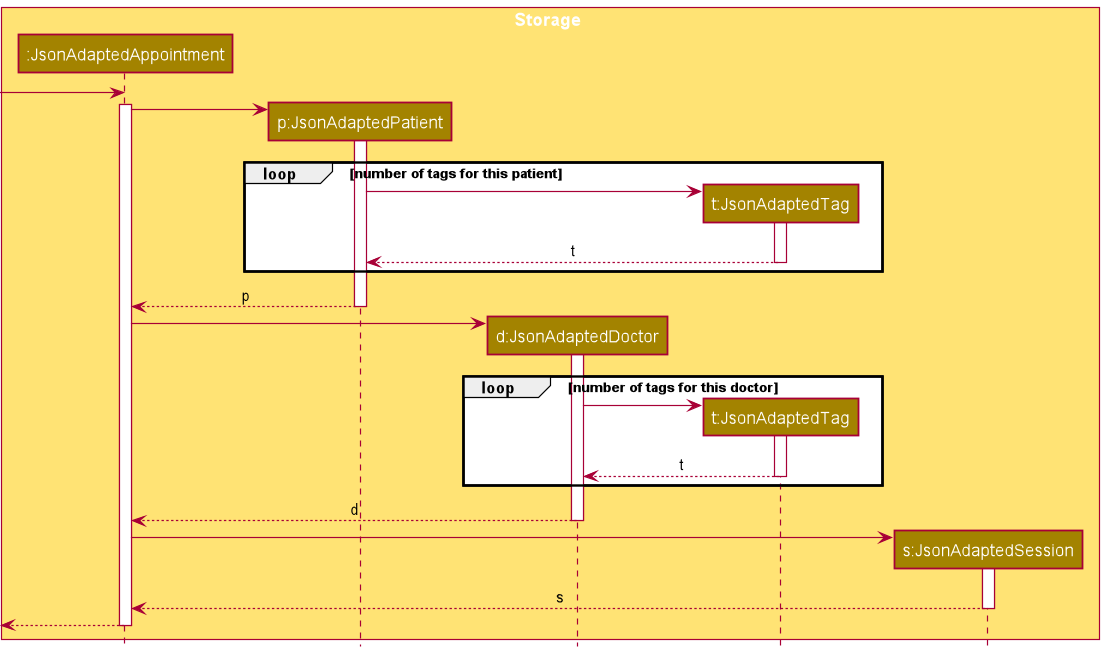
nus-cs2103-AY2122S1/tp keeps this PlantUML diagram as docs/images/AppointmentStorageSequenceDiagram.png. Above is the earlier version. Its source is kept beside it as docs/diagrams/AppointmentStorageSequenceDiagram.puml.
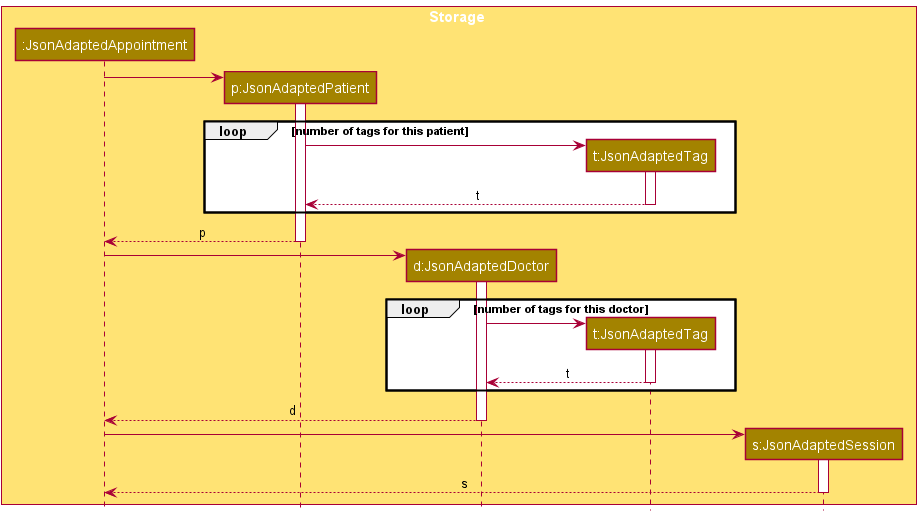
The same diagram one commit later.

Commit message:
Update appointment storage uml diagram

Change to the diagram source:
```diff
@@ -8,10 +8,6 @@
 participant "t:JsonAdaptedTag" as JsonAdaptedTag STORAGE_COLOR
 participant "s:JsonAdaptedSession" as JsonAdaptedSession STORAGE_COLOR
 end box
-
-create JsonAdaptedAppointment
-[-> JsonAdaptedAppointment
-activate JsonAdaptedAppointment
 
 create JsonAdaptedPatient
 JsonAdaptedAppointment -> JsonAdaptedPatient
@@ -51,7 +47,4 @@
 JsonAdaptedSession --> JsonAdaptedAppointment : s
 deactivate JsonAdaptedSession
 
-[<--JsonAdaptedAppointment
-deactivate JsonAdaptedAppointment
-
 @enduml
```
